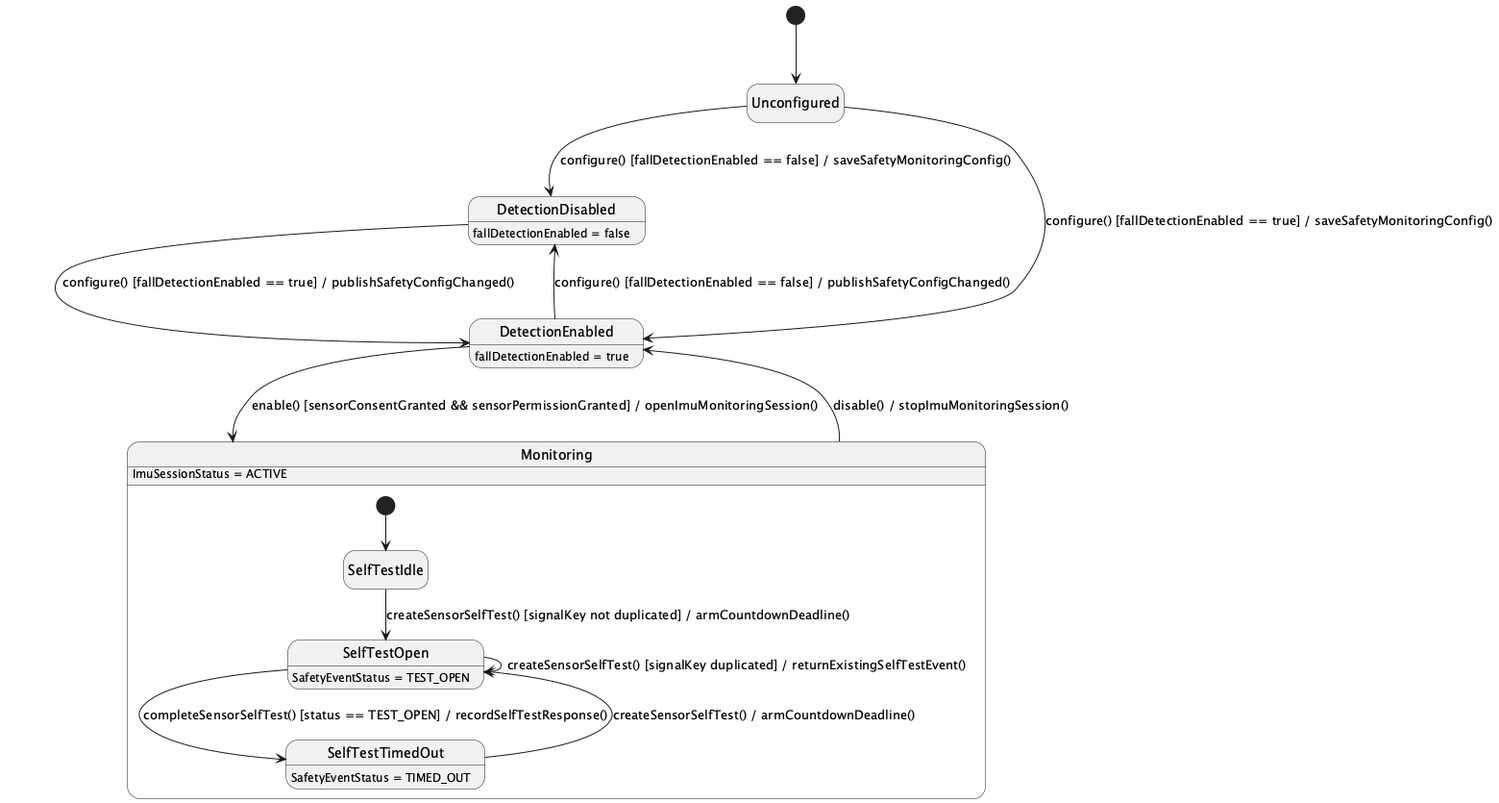
ChuongBDHE172784/CareBridge_SEP490_G79 keeps this PlantUML diagram as 03_Design/Detailed_Design/MF10_Smart_Activity_Monitoring_Safety_Support/images/01_Fall_Detection_Consent_Configuration_and_Self_Test_StateChartDiagram.png. Above is the earlier version.
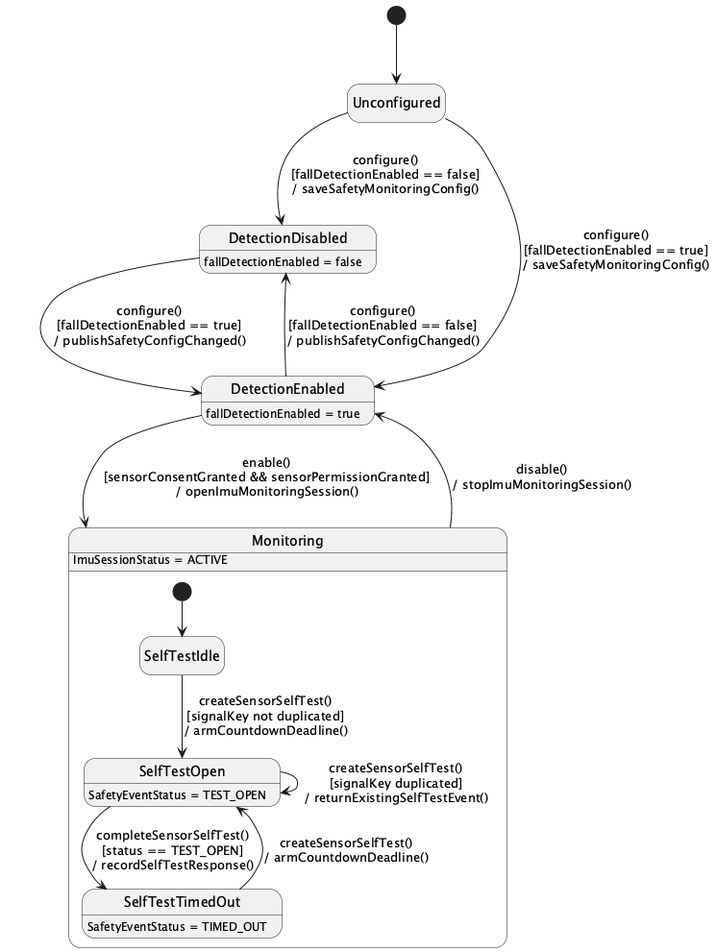
Above is the later version.

Diff of the diagram source:
```diff
@@ -1,21 +1,21 @@
-@startuml
+@startuml StateChartDiagram_01FallDetectionConsentConfigurationandSelfTest
 hide empty description
 [*] --> Unconfigured
 
-Unconfigured --> DetectionDisabled : configure() [fallDetectionEnabled == false] / saveSafetyMonitoringConfig()
-Unconfigured --> DetectionEnabled : configure() [fallDetectionEnabled == true] / saveSafetyMonitoringConfig()
-DetectionDisabled --> DetectionEnabled : configure() [fallDetectionEnabled == true] / publishSafetyConfigChanged()
-DetectionEnabled --> DetectionDisabled : configure() [fallDetectionEnabled == false] / publishSafetyConfigChanged()
+Unconfigured --> DetectionDisabled : configure()\n[fallDetectionEnabled == false]\n/ saveSafetyMonitoringConfig()
+Unconfigured --> DetectionEnabled : configure()\n[fallDetectionEnabled == true]\n/ saveSafetyMonitoringConfig()
+DetectionDisabled --> DetectionEnabled : configure()\n[fallDetectionEnabled == true]\n/ publishSafetyConfigChanged()
+DetectionEnabled --> DetectionDisabled : configure()\n[fallDetectionEnabled == false]\n/ publishSafetyConfigChanged()
 
-DetectionEnabled --> Monitoring : enable() [sensorConsentGranted && sensorPermissionGranted] / openImuMonitoringSession()
-Monitoring --> DetectionEnabled : disable() / stopImuMonitoringSession()
+DetectionEnabled --> Monitoring : enable()\n[sensorConsentGranted && sensorPermissionGranted]\n/ openImuMonitoringSession()
+Monitoring --> DetectionEnabled : disable()\n/ stopImuMonitoringSession()
 
 state Monitoring {
   [*] --> SelfTestIdle
-  SelfTestIdle --> SelfTestOpen : createSensorSelfTest() [signalKey not duplicated] / armCountdownDeadline()
-  SelfTestOpen --> SelfTestOpen : createSensorSelfTest() [signalKey duplicated] / returnExistingSelfTestEvent()
-  SelfTestOpen --> SelfTestTimedOut : completeSensorSelfTest() [status == TEST_OPEN] / recordSelfTestResponse()
-  SelfTestTimedOut --> SelfTestOpen : createSensorSelfTest() / armCountdownDeadline()
+  SelfTestIdle --> SelfTestOpen : createSensorSelfTest()\n[signalKey not duplicated]\n/ armCountdownDeadline()
+  SelfTestOpen --> SelfTestOpen : createSensorSelfTest()\n[signalKey duplicated]\n/ returnExistingSelfTestEvent()
+  SelfTestOpen --> SelfTestTimedOut : completeSensorSelfTest()\n[status == TEST_OPEN]\n/ recordSelfTestResponse()
+  SelfTestTimedOut --> SelfTestOpen : createSensorSelfTest()\n/ armCountdownDeadline()
 }
 
 DetectionDisabled : fallDetectionEnabled = false
```
